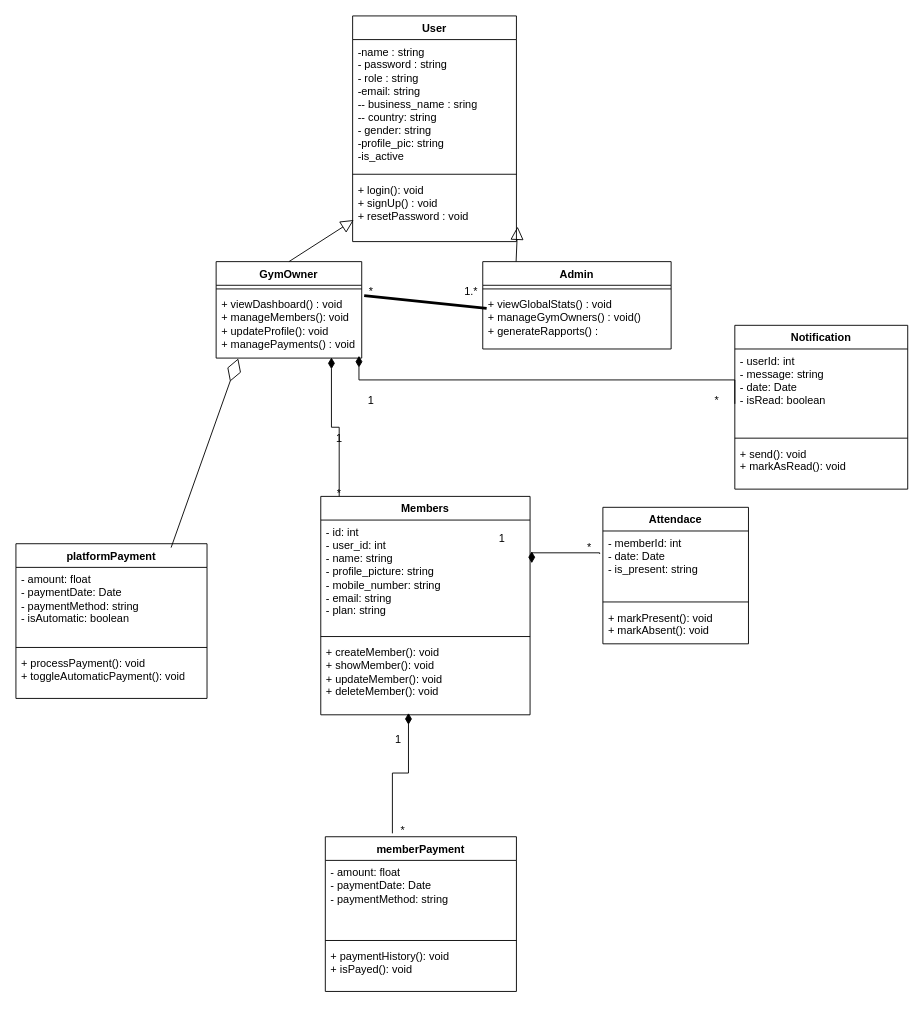
Earlier version of the draw.io diagram diagrams/class.drawio (anasHammaoui/GymMinder-SaaS). Source tidied: cells renumbered, new cells numbered last; positions are measured from the earlier drawing's top-left corner, leaving out a move shared by most shapes. Both pictures are drawn from the tidied source at 91%, with x=0, y=0 at pixel (15, 15).
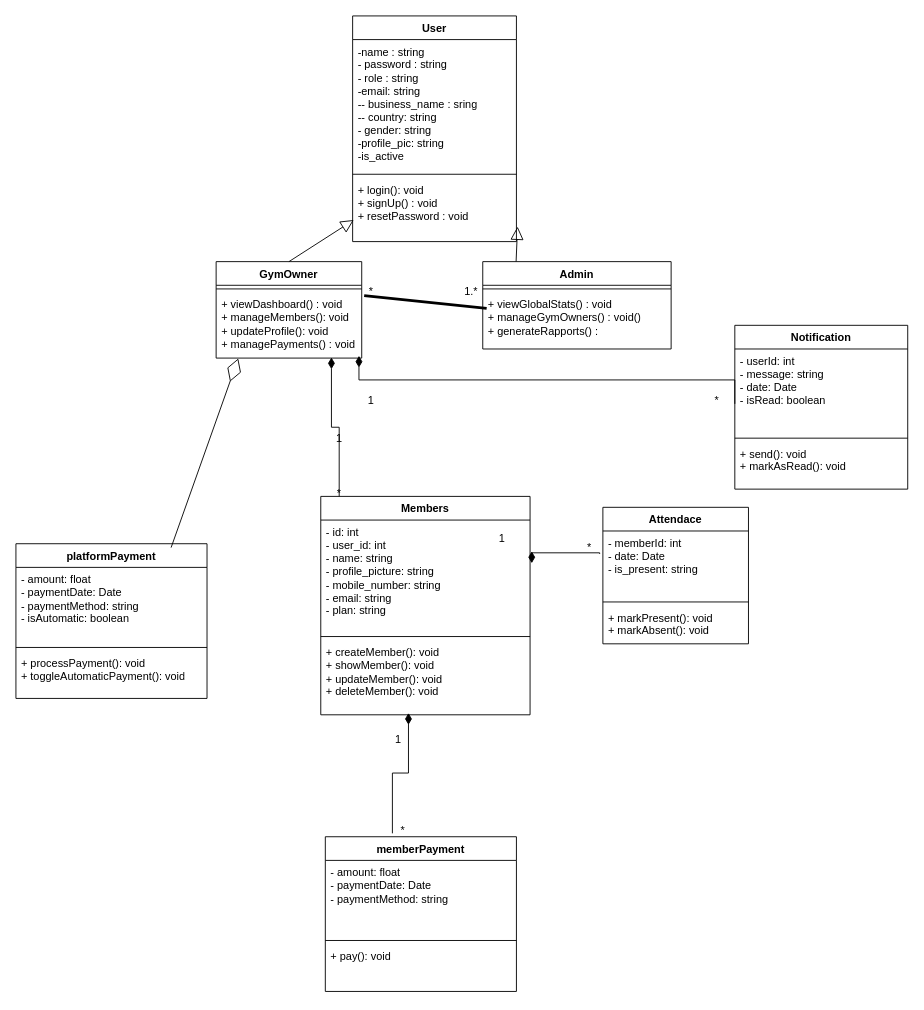
After the change.

Commit message (it also covers changes not shown here):
edit in class diagram

Unchanged cells that the change refers to:
```xml
<mxCell id="31" value="memberPayment" style="swimlane;fontStyle=1;align=center;verticalAlign=top;horizontal=1;startSize=26;whiteSpace=wrap;html=1;" parent="1" vertex="1">
  <mxGeometry x="340" y="902" width="210" height="170" as="geometry" />
</mxCell>
```

Diff of the diagram source:
```diff
@@
-    <mxCell id="34" value="&lt;div&gt;+ paymentHistory(): void&amp;nbsp; &amp;nbsp; &amp;nbsp; &amp;nbsp; &amp;nbsp;&amp;nbsp;&lt;/div&gt;&lt;div&gt;+ isPayed(): void&lt;/div&gt;" style="text;strokeColor=none;fillColor=none;align=left;verticalAlign=top;spacingLeft=4;spacingRight=4;overflow=hidden;whiteSpace=wrap;html=1;" parent="31" vertex="1">
+    <mxCell id="34" value="&lt;div&gt;&lt;span style=&quot;background-color: transparent; color: light-dark(rgb(0, 0, 0), rgb(255, 255, 255));&quot;&gt;+ pay(): void&lt;/span&gt;&lt;/div&gt;" style="text;strokeColor=none;fillColor=none;align=left;verticalAlign=top;spacingLeft=4;spacingRight=4;overflow=hidden;whiteSpace=wrap;html=1;" parent="31" vertex="1">
       <mxGeometry y="118" width="210" height="52" as="geometry" />
     </mxCell>
```
